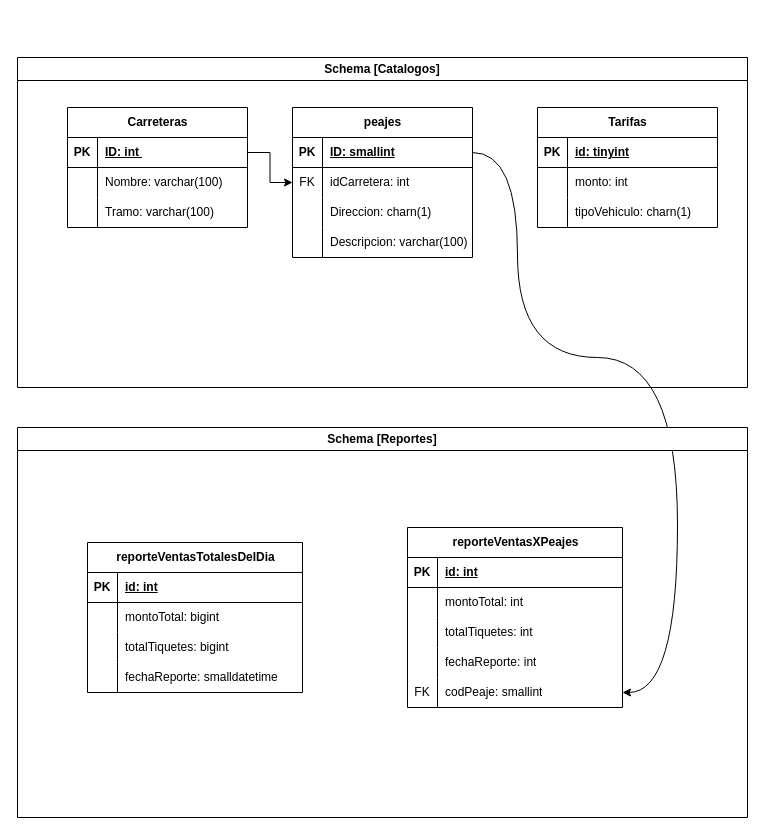
randy-naranjo/proyecto-bd keeps this draw.io diagram as page "DB-CENTRAL-TABLAS" (3 of 4) of diagramas/DISEÑO DE SISTEMA.drawio. Above is the earlier version. Source tidied: cells renumbered, new cells numbered last; positions are measured from the earlier drawing's top-left corner, leaving out a move shared by most shapes. Both pictures are drawn from the tidied source at 100%, with x=0, y=0 at pixel (17, 57).
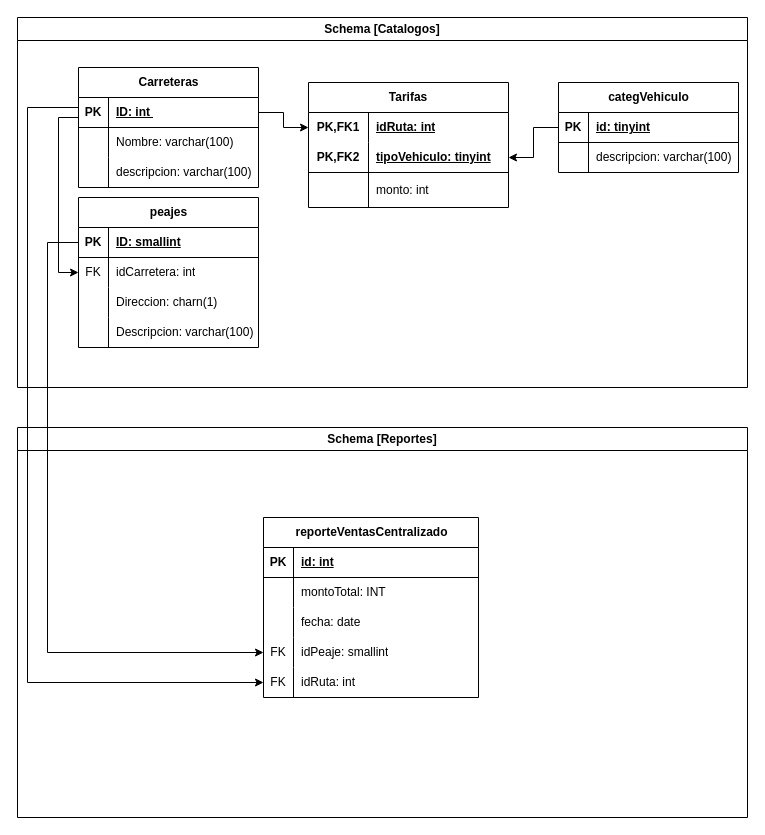
After the change.

The change refers to these unchanged cells:
```xml
<mxCell id="5" style="shape=tableRow;horizontal=0;startSize=0;swimlaneHead=0;swimlaneBody=0;fillColor=none;points=[[0,0.5],[1,0.5]];portConstraint=eastwest;top=0;left=0;right=0;bottom=1;" parent="4" vertex="1">
  <mxGeometry y="30" width="180" height="30" as="geometry" />
</mxCell>
<mxCell id="11" style="shape=tableRow;horizontal=0;startSize=0;swimlaneHead=0;swimlaneBody=0;fillColor=none;top=0;left=0;right=0;bottom=0;" parent="4" vertex="1">
  <mxGeometry y="90" width="180" height="30" as="geometry" />
</mxCell>
<mxCell id="15" style="shape=tableRow;horizontal=0;startSize=0;swimlaneHead=0;swimlaneBody=0;fillColor=none;points=[[0,0.5],[1,0.5]];portConstraint=eastwest;top=0;left=0;right=0;bottom=1;" parent="14" vertex="1">
  <mxGeometry y="30" width="180" height="30" as="geometry" />
</mxCell>
<mxCell id="18" style="shape=tableRow;horizontal=0;startSize=0;swimlaneHead=0;swimlaneBody=0;fillColor=none;points=[[0,0.5],[1,0.5]];portConstraint=eastwest;top=0;left=0;right=0;bottom=0;" parent="14" vertex="1">
  <mxGeometry y="60" width="180" height="30" as="geometry" />
</mxCell>
<mxCell id="29" style="shape=tableRow;horizontal=0;startSize=0;swimlaneHead=0;swimlaneBody=0;fillColor=none;points=[[0,0.5],[1,0.5]];portConstraint=eastwest;top=0;left=0;right=0;bottom=1;" parent="28" vertex="1">
  <mxGeometry y="30" width="180" height="30" as="geometry" />
</mxCell>
<mxCell id="32" style="shape=tableRow;horizontal=0;startSize=0;swimlaneHead=0;swimlaneBody=0;fillColor=none;top=0;left=0;right=0;bottom=0;" parent="28" vertex="1">
  <mxGeometry y="60" width="180" height="30" as="geometry" />
</mxCell>
<mxCell id="38" value="Schema [Reportes]" style="swimlane;whiteSpace=wrap;html=1;" parent="1" vertex="1">
  <mxGeometry y="370" width="730" height="390" as="geometry" />
</mxCell>
<mxCell id="43" style="shape=tableRow;horizontal=0;startSize=0;swimlaneHead=0;swimlaneBody=0;fillColor=none;top=0;left=0;right=0;bottom=0;" parent="39" vertex="1">
  <mxGeometry y="60" width="215" height="30" as="geometry" />
</mxCell>
<mxCell id="46" style="shape=tableRow;horizontal=0;startSize=0;swimlaneHead=0;swimlaneBody=0;fillColor=none;top=0;left=0;right=0;bottom=0;" parent="39" vertex="1">
  <mxGeometry y="90" width="215" height="30" as="geometry" />
</mxCell>
<mxCell id="49" style="shape=tableRow;horizontal=0;startSize=0;swimlaneHead=0;swimlaneBody=0;fillColor=none;points=[[0,0.5],[1,0.5]];portConstraint=eastwest;top=0;left=0;right=0;bottom=0;" parent="39" vertex="1">
  <mxGeometry y="120" width="215" height="30" as="geometry" />
</mxCell>
```

Diff of the diagram source:
```diff
@@
-    <mxCell id="2" style="edgeStyle=orthogonalEdgeStyle;rounded=0;jettySize=auto;html=1;exitX=1;exitY=0.5;exitDx=0;exitDy=0;entryX=1;entryY=0.5;entryDx=0;entryDy=0;curved=1;" parent="1" edge="1" source="15" target="65">
-      <mxGeometry relative="1" as="geometry">
-        <Array as="points">
-          <mxPoint x="500" y="95" />
-          <mxPoint x="500" y="300" />
-          <mxPoint x="660" y="300" />
-          <mxPoint x="660" y="635" />
-        </Array>
-      </mxGeometry>
-    </mxCell>
     <mxCell id="3" value="Schema [Catalogos]" style="swimlane;whiteSpace=wrap;html=1;" parent="1" vertex="1">
-      <mxGeometry width="730" height="330" as="geometry" />
+      <mxGeometry y="-40" width="730" height="370" as="geometry" />
     </mxCell>
     <mxCell id="4" value="Carreteras" style="shape=table;startSize=30;childLayout=tableLayout;rowLines=0;fontStyle=1;align=center;html=1;" parent="3" vertex="1">
-      <mxGeometry x="50" y="50" width="180" height="120" as="geometry" />
+      <mxGeometry x="61" y="50" width="180" height="120" as="geometry" />
     </mxCell>
@@
-    <mxCell id="13" value="Tramo: varchar(100)" style="shape=partialRectangle;fillColor=none;top=0;left=0;bottom=0;right=0;align=left;spacingLeft=6;overflow=hidden;whiteSpace=wrap;html=1;" parent="11" vertex="1">
+    <mxCell id="13" value="descripcion: varchar(100)" style="shape=partialRectangle;fillColor=none;top=0;left=0;bottom=0;right=0;align=left;spacingLeft=6;overflow=hidden;whiteSpace=wrap;html=1;" parent="11" vertex="1">
       <mxGeometry x="30" width="150" height="30" as="geometry" />
     </mxCell>
     <mxCell id="14" value="peajes" style="shape=table;startSize=30;childLayout=tableLayout;rowLines=0;fontStyle=1;align=center;html=1;" parent="3" vertex="1">
-      <mxGeometry x="275" y="50" width="180" height="150" as="geometry" />
+      <mxGeometry x="61" y="180" width="180" height="150" as="geometry" />
     </mxCell>
@@
-    <mxCell id="27" style="edgeStyle=orthogonalEdgeStyle;rounded=0;jettySize=auto;html=1;exitX=1;exitY=0.5;exitDx=0;exitDy=0;entryX=0;entryY=0.5;entryDx=0;entryDy=0;" parent="3" edge="1" source="5" target="18">
-      <mxGeometry relative="1" as="geometry" />
-    </mxCell>
-    <mxCell id="28" value="Tarifas" style="shape=table;startSize=30;childLayout=tableLayout;rowLines=0;fontStyle=1;align=center;html=1;" parent="3" vertex="1">
-      <mxGeometry x="520" y="50" width="180" height="120" as="geometry" />
+    <mxCell id="28" value="categVehiculo" style="shape=table;startSize=30;childLayout=tableLayout;rowLines=0;fontStyle=1;align=center;html=1;" parent="3" vertex="1">
+      <mxGeometry x="541" y="65" width="180" height="90" as="geometry" />
     </mxCell>
@@
-    <mxCell id="34" value="monto: int" style="shape=partialRectangle;fillColor=none;top=0;left=0;bottom=0;right=0;align=left;spacingLeft=6;overflow=hidden;whiteSpace=wrap;html=1;" parent="32" vertex="1">
+    <mxCell id="34" value="descripcion: varchar(100)" style="shape=partialRectangle;fillColor=none;top=0;left=0;bottom=0;right=0;align=left;spacingLeft=6;overflow=hidden;whiteSpace=wrap;html=1;" parent="32" vertex="1">
       <mxGeometry x="30" width="150" height="30" as="geometry" />
     </mxCell>
-    <mxCell id="35" style="shape=tableRow;horizontal=0;startSize=0;swimlaneHead=0;swimlaneBody=0;fillColor=none;top=0;left=0;right=0;bottom=0;" parent="28" vertex="1">
-      <mxGeometry y="90" width="180" height="30" as="geometry" />
-    </mxCell>
-    <mxCell id="36" style="shape=partialRectangle;fillColor=none;top=0;left=0;bottom=0;right=0;overflow=hidden;whiteSpace=wrap;html=1;" parent="35" vertex="1">
-      <mxGeometry width="30" height="30" as="geometry" />
-    </mxCell>
-    <mxCell id="37" value="tipoVehiculo: charn(1)" style="shape=partialRectangle;fillColor=none;top=0;left=0;bottom=0;right=0;align=left;spacingLeft=6;overflow=hidden;whiteSpace=wrap;html=1;" parent="35" vertex="1">
-      <mxGeometry x="30" width="150" height="30" as="geometry" />
-    </mxCell>
+    <mxCell id="27" style="edgeStyle=orthogonalEdgeStyle;rounded=0;jettySize=auto;html=1;exitX=0;exitY=0.5;exitDx=0;exitDy=0;entryX=0;entryY=0.5;entryDx=0;entryDy=0;" parent="3" edge="1" source="5" target="18">
+      <mxGeometry relative="1" as="geometry">
+        <Array as="points">
+          <mxPoint x="61" y="100" />
+          <mxPoint x="41" y="100" />
+          <mxPoint x="41" y="255" />
+        </Array>
+      </mxGeometry>
+    </mxCell>
+    <mxCell id="68" value="Tarifas" style="shape=table;startSize=30;childLayout=tableLayout;rowLines=0;fontStyle=1;align=center;html=1;whiteSpace=wrap;" parent="3" vertex="1">
+      <mxGeometry x="291" y="65" width="200" height="125" as="geometry" />
+    </mxCell>
+    <mxCell id="69" style="shape=tableRow;horizontal=0;startSize=0;swimlaneHead=0;swimlaneBody=0;fillColor=none;points=[[0,0.5],[1,0.5]];portConstraint=eastwest;top=0;left=0;right=0;bottom=0;html=1;" parent="68" vertex="1">
+      <mxGeometry y="30" width="200" height="30" as="geometry" />
+    </mxCell>
+    <mxCell id="70" value="PK,FK1" style="shape=partialRectangle;fillColor=none;top=0;left=0;bottom=0;right=0;fontStyle=1;overflow=hidden;html=1;whiteSpace=wrap;" parent="69" vertex="1">
+      <mxGeometry width="60" height="30" as="geometry" />
+    </mxCell>
+    <mxCell id="71" value="idRuta: int" style="shape=partialRectangle;fillColor=none;top=0;left=0;bottom=0;right=0;align=left;spacingLeft=6;fontStyle=5;overflow=hidden;html=1;whiteSpace=wrap;" parent="69" vertex="1">
+      <mxGeometry x="60" width="140" height="30" as="geometry" />
+    </mxCell>
+    <mxCell id="72" style="shape=tableRow;horizontal=0;startSize=0;swimlaneHead=0;swimlaneBody=0;fillColor=none;points=[[0,0.5],[1,0.5]];portConstraint=eastwest;top=0;left=0;right=0;bottom=1;html=1;" parent="68" vertex="1">
+      <mxGeometry y="60" width="200" height="30" as="geometry" />
+    </mxCell>
+    <mxCell id="73" value="PK,FK2" style="shape=partialRectangle;fillColor=none;top=0;left=0;bottom=0;right=0;fontStyle=1;overflow=hidden;html=1;whiteSpace=wrap;" parent="72" vertex="1">
+      <mxGeometry width="60" height="30" as="geometry" />
+    </mxCell>
+    <mxCell id="74" value="tipoVehiculo: tinyint" style="shape=partialRectangle;fillColor=none;top=0;left=0;bottom=0;right=0;align=left;spacingLeft=6;fontStyle=5;overflow=hidden;html=1;whiteSpace=wrap;" parent="72" vertex="1">
+      <mxGeometry x="60" width="140" height="30" as="geometry" />
+    </mxCell>
+    <mxCell id="75" style="shape=tableRow;horizontal=0;startSize=0;swimlaneHead=0;swimlaneBody=0;fillColor=none;top=0;left=0;right=0;bottom=0;html=1;" parent="68" vertex="1">
+      <mxGeometry y="90" width="200" height="35" as="geometry" />
+    </mxCell>
+    <mxCell id="76" style="shape=partialRectangle;fillColor=none;top=0;left=0;bottom=0;right=0;overflow=hidden;html=1;whiteSpace=wrap;" parent="75" vertex="1">
+      <mxGeometry width="60" height="35" as="geometry" />
+    </mxCell>
+    <mxCell id="77" value="monto: int" style="shape=partialRectangle;fillColor=none;top=0;left=0;bottom=0;right=0;align=left;spacingLeft=6;overflow=hidden;html=1;whiteSpace=wrap;" parent="75" vertex="1">
+      <mxGeometry x="60" width="140" height="35" as="geometry" />
+    </mxCell>
+    <mxCell id="78" style="edgeStyle=orthogonalEdgeStyle;rounded=0;jettySize=auto;html=1;exitX=0;exitY=0.5;exitDx=0;exitDy=0;entryX=1;entryY=0.5;entryDx=0;entryDy=0;" parent="3" edge="1" source="29" target="72">
+      <mxGeometry relative="1" as="geometry" />
+    </mxCell>
+    <mxCell id="79" style="edgeStyle=orthogonalEdgeStyle;rounded=0;jettySize=auto;html=1;exitX=1;exitY=0.5;exitDx=0;exitDy=0;entryX=0;entryY=0.5;entryDx=0;entryDy=0;" parent="3" edge="1" source="5" target="69">
+      <mxGeometry relative="1" as="geometry" />
+    </mxCell>
@@
-    <mxCell id="39" value="reporteVentasTotalesDelDia" style="shape=table;startSize=30;childLayout=tableLayout;rowLines=0;fontStyle=1;align=center;html=1;" parent="38" vertex="1">
-      <mxGeometry x="70" y="115" width="215" height="150" as="geometry" />
+    <mxCell id="39" value="reporteVentasCentralizado" style="shape=table;startSize=30;childLayout=tableLayout;rowLines=0;fontStyle=1;align=center;html=1;" parent="38" vertex="1">
+      <mxGeometry x="246" y="90" width="215" height="180" as="geometry" />
     </mxCell>
@@
-    <mxCell id="45" value="montoTotal: bigint" style="shape=partialRectangle;fillColor=none;top=0;left=0;bottom=0;right=0;align=left;spacingLeft=6;overflow=hidden;whiteSpace=wrap;html=1;" parent="43" vertex="1">
+    <mxCell id="45" value="montoTotal: INT" style="shape=partialRectangle;fillColor=none;top=0;left=0;bottom=0;right=0;align=left;spacingLeft=6;overflow=hidden;whiteSpace=wrap;html=1;" parent="43" vertex="1">
       <mxGeometry x="30" width="185" height="30" as="geometry" />
     </mxCell>
@@
-    <mxCell id="48" value="totalTiquetes: bigint" style="shape=partialRectangle;fillColor=none;top=0;left=0;bottom=0;right=0;align=left;spacingLeft=6;overflow=hidden;whiteSpace=wrap;html=1;" parent="46" vertex="1">
+    <mxCell id="48" value="fecha: date" style="shape=partialRectangle;fillColor=none;top=0;left=0;bottom=0;right=0;align=left;spacingLeft=6;overflow=hidden;whiteSpace=wrap;html=1;" parent="46" vertex="1">
       <mxGeometry x="30" width="185" height="30" as="geometry" />
     </mxCell>
@@
-    <mxCell id="50" style="shape=partialRectangle;fillColor=none;top=0;left=0;bottom=0;right=0;overflow=hidden;whiteSpace=wrap;html=1;" parent="49" vertex="1">
+    <mxCell id="50" value="FK" style="shape=partialRectangle;fillColor=none;top=0;left=0;bottom=0;right=0;overflow=hidden;whiteSpace=wrap;html=1;" parent="49" vertex="1">
       <mxGeometry width="30" height="30" as="geometry" />
     </mxCell>
-    <mxCell id="51" value="fechaReporte: smalldatetime" style="shape=partialRectangle;fillColor=none;top=0;left=0;bottom=0;right=0;align=left;spacingLeft=6;overflow=hidden;whiteSpace=wrap;html=1;" parent="49" vertex="1">
+    <mxCell id="51" value="idPeaje: smallint" style="shape=partialRectangle;fillColor=none;top=0;left=0;bottom=0;right=0;align=left;spacingLeft=6;overflow=hidden;whiteSpace=wrap;html=1;" parent="49" vertex="1">
       <mxGeometry x="30" width="185" height="30" as="geometry" />
     </mxCell>
-    <mxCell id="52" value="reporteVentasXPeajes" style="shape=table;startSize=30;childLayout=tableLayout;rowLines=0;fontStyle=1;align=center;html=1;" parent="38" vertex="1">
-      <mxGeometry x="390" y="100" width="215" height="180" as="geometry" />
-    </mxCell>
-    <mxCell id="53" style="shape=tableRow;horizontal=0;startSize=0;swimlaneHead=0;swimlaneBody=0;fillColor=none;top=0;left=0;right=0;bottom=1;" parent="52" vertex="1">
-      <mxGeometry y="30" width="215" height="30" as="geometry" />
-    </mxCell>
-    <mxCell id="54" value="PK" style="shape=partialRectangle;fillColor=none;top=0;left=0;bottom=0;right=0;fontStyle=1;overflow=hidden;whiteSpace=wrap;html=1;" parent="53" vertex="1">
-      <mxGeometry width="30" height="30" as="geometry" />
-    </mxCell>
-    <mxCell id="55" value="id: int" style="shape=partialRectangle;fillColor=none;top=0;left=0;bottom=0;right=0;align=left;spacingLeft=6;fontStyle=5;overflow=hidden;whiteSpace=wrap;html=1;" parent="53" vertex="1">
-      <mxGeometry x="30" width="185" height="30" as="geometry" />
-    </mxCell>
-    <mxCell id="56" style="shape=tableRow;horizontal=0;startSize=0;swimlaneHead=0;swimlaneBody=0;fillColor=none;top=0;left=0;right=0;bottom=0;" parent="52" vertex="1">
-      <mxGeometry y="60" width="215" height="30" as="geometry" />
-    </mxCell>
-    <mxCell id="57" style="shape=partialRectangle;fillColor=none;top=0;left=0;bottom=0;right=0;overflow=hidden;whiteSpace=wrap;html=1;" parent="56" vertex="1">
-      <mxGeometry width="30" height="30" as="geometry" />
-    </mxCell>
-    <mxCell id="58" value="montoTotal: int" style="shape=partialRectangle;fillColor=none;top=0;left=0;bottom=0;right=0;align=left;spacingLeft=6;overflow=hidden;whiteSpace=wrap;html=1;" parent="56" vertex="1">
-      <mxGeometry x="30" width="185" height="30" as="geometry" />
-    </mxCell>
-    <mxCell id="59" style="shape=tableRow;horizontal=0;startSize=0;swimlaneHead=0;swimlaneBody=0;fillColor=none;top=0;left=0;right=0;bottom=0;" parent="52" vertex="1">
-      <mxGeometry y="90" width="215" height="30" as="geometry" />
-    </mxCell>
-    <mxCell id="60" style="shape=partialRectangle;fillColor=none;top=0;left=0;bottom=0;right=0;overflow=hidden;whiteSpace=wrap;html=1;" parent="59" vertex="1">
-      <mxGeometry width="30" height="30" as="geometry" />
-    </mxCell>
-    <mxCell id="61" value="totalTiquetes: int&amp;nbsp;" style="shape=partialRectangle;fillColor=none;top=0;left=0;bottom=0;right=0;align=left;spacingLeft=6;overflow=hidden;whiteSpace=wrap;html=1;" parent="59" vertex="1">
-      <mxGeometry x="30" width="185" height="30" as="geometry" />
-    </mxCell>
-    <mxCell id="62" style="shape=tableRow;horizontal=0;startSize=0;swimlaneHead=0;swimlaneBody=0;fillColor=none;top=0;left=0;right=0;bottom=0;" parent="52" vertex="1">
-      <mxGeometry y="120" width="215" height="30" as="geometry" />
-    </mxCell>
-    <mxCell id="63" style="shape=partialRectangle;fillColor=none;top=0;left=0;bottom=0;right=0;overflow=hidden;whiteSpace=wrap;html=1;" parent="62" vertex="1">
-      <mxGeometry width="30" height="30" as="geometry" />
-    </mxCell>
-    <mxCell id="64" value="fechaReporte: int" style="shape=partialRectangle;fillColor=none;top=0;left=0;bottom=0;right=0;align=left;spacingLeft=6;overflow=hidden;whiteSpace=wrap;html=1;" parent="62" vertex="1">
-      <mxGeometry x="30" width="185" height="30" as="geometry" />
-    </mxCell>
-    <mxCell id="65" style="shape=tableRow;horizontal=0;startSize=0;swimlaneHead=0;swimlaneBody=0;fillColor=none;points=[[0,0.5],[1,0.5]];portConstraint=eastwest;top=0;left=0;right=0;bottom=0;" parent="52" vertex="1">
+    <mxCell id="65" style="shape=tableRow;horizontal=0;startSize=0;swimlaneHead=0;swimlaneBody=0;fillColor=none;points=[[0,0.5],[1,0.5]];portConstraint=eastwest;top=0;left=0;right=0;bottom=0;" parent="39" vertex="1">
       <mxGeometry y="150" width="215" height="30" as="geometry" />
     </mxCell>
@@
-    <mxCell id="67" value="codPeaje: smallint" style="shape=partialRectangle;fillColor=none;top=0;left=0;bottom=0;right=0;align=left;spacingLeft=6;overflow=hidden;whiteSpace=wrap;html=1;" parent="65" vertex="1">
-      <mxGeometry x="30" width="185" height="30" as="geometry" />
-    </mxCell>
+    <mxCell id="80" value="idRuta: int" style="shape=partialRectangle;fillColor=none;top=0;left=0;bottom=0;right=0;align=left;spacingLeft=6;overflow=hidden;whiteSpace=wrap;html=1;" parent="65" vertex="1">
+      <mxGeometry x="30" width="185" height="30" as="geometry" />
+    </mxCell>
+    <mxCell id="81" style="edgeStyle=orthogonalEdgeStyle;rounded=0;jettySize=auto;html=1;exitX=0;exitY=0.5;exitDx=0;exitDy=0;" parent="1" edge="1" source="15" target="49">
+      <mxGeometry relative="1" as="geometry">
+        <Array as="points">
+          <mxPoint x="30" y="185" />
+          <mxPoint x="30" y="595" />
+        </Array>
+      </mxGeometry>
+    </mxCell>
+    <mxCell id="82" style="edgeStyle=orthogonalEdgeStyle;rounded=0;jettySize=auto;html=1;exitX=0;exitY=0.5;exitDx=0;exitDy=0;entryX=0;entryY=0.5;entryDx=0;entryDy=0;" parent="1" edge="1" source="5" target="65">
+      <mxGeometry relative="1" as="geometry">
+        <Array as="points">
+          <mxPoint x="61" y="50" />
+          <mxPoint x="10" y="50" />
+          <mxPoint x="10" y="625" />
+        </Array>
+      </mxGeometry>
+    </mxCell>
```
